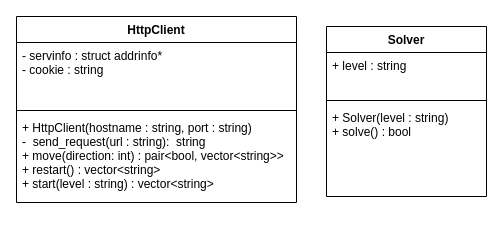
This is docs/uml.drawio from Yao-Chung/Sokoban-Agent, a draw.io file, before an edit. Source tidied: cells renumbered, new cells numbered last; positions are measured from the earlier drawing's top-left corner, leaving out a move shared by most shapes. Both pictures are drawn from the tidied source at 100%, with x=0, y=0 at pixel (16, 16).
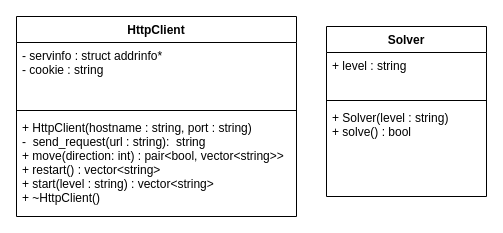
Above is the later version.

Commit message (it also covers changes not shown here):
define httpclient class

The edit, as a diff of the source:
```diff
@@
 <mxGraphModel>
   <root>
     <mxCell id="0" />
     <mxCell id="1" parent="0" />
     <mxCell id="2" value="HttpClient" style="swimlane;fontStyle=1;align=center;verticalAlign=top;horizontal=1;startSize=26;" parent="1" vertex="1">
-      <mxGeometry width="280" height="186" as="geometry" />
+      <mxGeometry width="280" height="200" as="geometry" />
     </mxCell>
     <mxCell id="3" value="- servinfo : struct addrinfo*&#10;- cookie : string" style="text;strokeColor=none;fillColor=none;align=left;verticalAlign=top;spacingLeft=4;spacingRight=4;overflow=hidden;" parent="2" vertex="1">
       <mxGeometry y="26" width="280" height="64" as="geometry" />
     </mxCell>
     <mxCell id="4" style="line;strokeWidth=1;fillColor=none;align=left;verticalAlign=middle;spacingTop=-1;spacingLeft=3;spacingRight=3;labelPosition=right;" parent="2" vertex="1">
       <mxGeometry y="90" width="280" height="8" as="geometry" />
     </mxCell>
-    <mxCell id="5" value="+ HttpClient(hostname : string, port : string)&#10;-  send_request(url : string):  string&#10;+ move(direction: int) : pair&lt;bool, vector&lt;string&gt;&gt;&#10;+ restart() : vector&lt;string&gt;&#10;+ start(level : string) : vector&lt;string&gt;&#10;&#10;&#10;" style="text;strokeColor=none;fillColor=none;align=left;verticalAlign=top;spacingLeft=4;spacingRight=4;overflow=hidden;" parent="2" vertex="1">
-      <mxGeometry y="98" width="280" height="88" as="geometry" />
+    <mxCell id="5" value="+ HttpClient(hostname : string, port : string)&#10;-  send_request(url : string):  string&#10;+ move(direction: int) : pair&lt;bool, vector&lt;string&gt;&gt;&#10;+ restart() : vector&lt;string&gt;&#10;+ start(level : string) : vector&lt;string&gt;&#10;+ ~HttpClient()&#10;&#10;&#10;" style="text;strokeColor=none;fillColor=none;align=left;verticalAlign=top;spacingLeft=4;spacingRight=4;overflow=hidden;" parent="2" vertex="1">
+      <mxGeometry y="98" width="280" height="102" as="geometry" />
     </mxCell>
     <mxCell id="6" value="Solver" style="swimlane;fontStyle=1;align=center;verticalAlign=top;horizontal=1;startSize=26;" parent="1" vertex="1">
       <mxGeometry x="310" y="10" width="160" height="170" as="geometry" />
     </mxCell>
     <mxCell id="7" value="+ level : string&#10;" style="text;strokeColor=none;fillColor=none;align=left;verticalAlign=top;spacingLeft=4;spacingRight=4;overflow=hidden;" parent="6" vertex="1">
       <mxGeometry y="26" width="160" height="44" as="geometry" />
     </mxCell>
     <mxCell id="8" style="line;strokeWidth=1;fillColor=none;align=left;verticalAlign=middle;spacingTop=-1;spacingLeft=3;spacingRight=3;labelPosition=right;" parent="6" vertex="1">
       <mxGeometry y="70" width="160" height="8" as="geometry" />
     </mxCell>
     <mxCell id="9" value="+ Solver(level : string)&#10;+ solve() : bool" style="text;strokeColor=none;fillColor=none;align=left;verticalAlign=top;spacingLeft=4;spacingRight=4;overflow=hidden;" parent="6" vertex="1">
       <mxGeometry y="78" width="160" height="92" as="geometry" />
     </mxCell>
   </root>
 </mxGraphModel>
```
